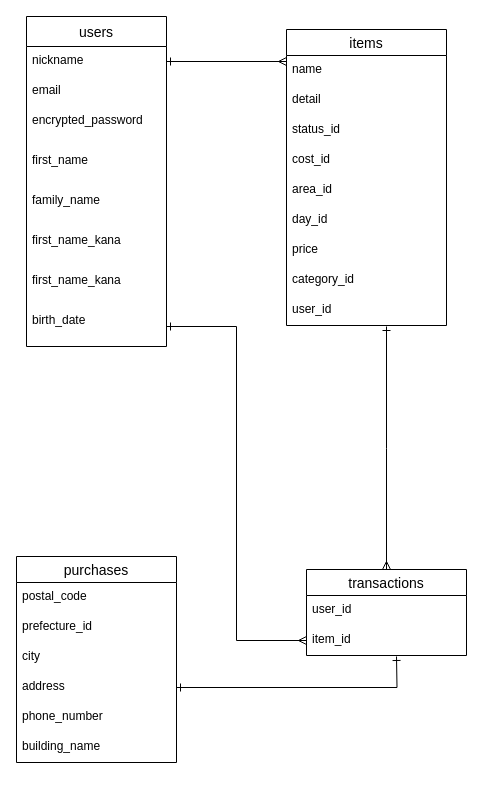
Above: furima.dio in ikinobu0629/furima-31702 (draw.io), before the change. Source tidied: cells renumbered, new cells numbered last; positions are measured from the earlier drawing's top-left corner, leaving out a move shared by most shapes. Both pictures are drawn from the tidied source at 100%, with x=0, y=0 at pixel (16, 16).
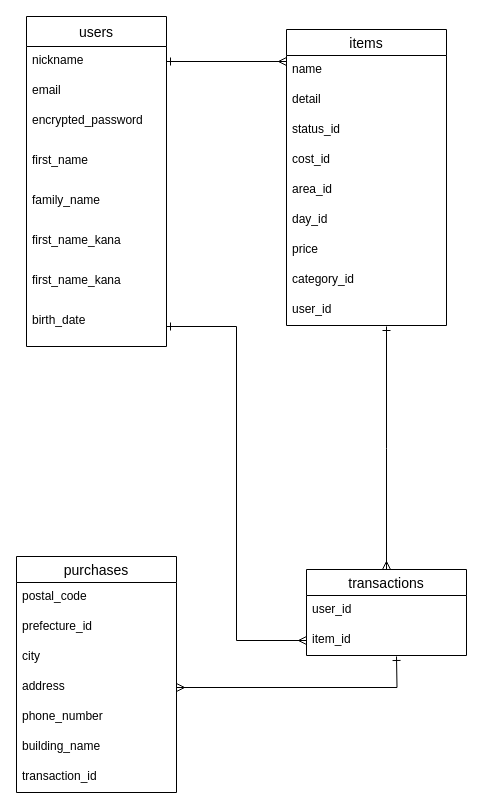
Above is the later version.

Commit message (it also covers changes not shown here):
README及びER図の作成(修正版5)

Unchanged cells that the change refers to:
```xml
<mxCell id="16" value="address" style="text;strokeColor=none;fillColor=none;spacingLeft=4;spacingRight=4;overflow=hidden;points=[[0,0.5],[1,0.5]];portConstraint=eastwest;fontSize=12;" parent="12" vertex="1">
  <mxGeometry y="116" width="160" height="30" as="geometry" />
</mxCell>
```

What changed in the source:
```diff
@@
     <mxCell id="12" value="purchases" style="swimlane;fontStyle=0;horizontal=1;startSize=26;align=center;fontSize=14;" parent="1" vertex="1">
-      <mxGeometry y="540" width="160" height="206" as="geometry" />
+      <mxGeometry y="540" width="160" height="236" as="geometry" />
     </mxCell>
@@
+    <mxCell id="35" value="transaction_id" style="text;strokeColor=none;fillColor=none;spacingLeft=4;spacingRight=4;overflow=hidden;fontSize=12;" parent="12" vertex="1">
+      <mxGeometry y="206" width="160" height="30" as="geometry" />
+    </mxCell>
@@
-    <mxCell id="34" style="edgeStyle=orthogonalEdgeStyle;rounded=0;jettySize=auto;html=1;exitX=1;exitY=0.5;exitDx=0;exitDy=0;startArrow=ERone;startFill=0;endArrow=ERone;endFill=0;" parent="1" edge="1" source="16">
+    <mxCell id="34" style="edgeStyle=orthogonalEdgeStyle;rounded=0;jettySize=auto;html=1;exitX=1;exitY=0.5;exitDx=0;exitDy=0;startArrow=ERmany;startFill=0;endArrow=ERone;endFill=0;" parent="1" edge="1" source="16">
       <mxGeometry relative="1" as="geometry">
         <mxPoint x="380" y="640" as="targetPoint" />
       </mxGeometry>
     </mxCell>
```
